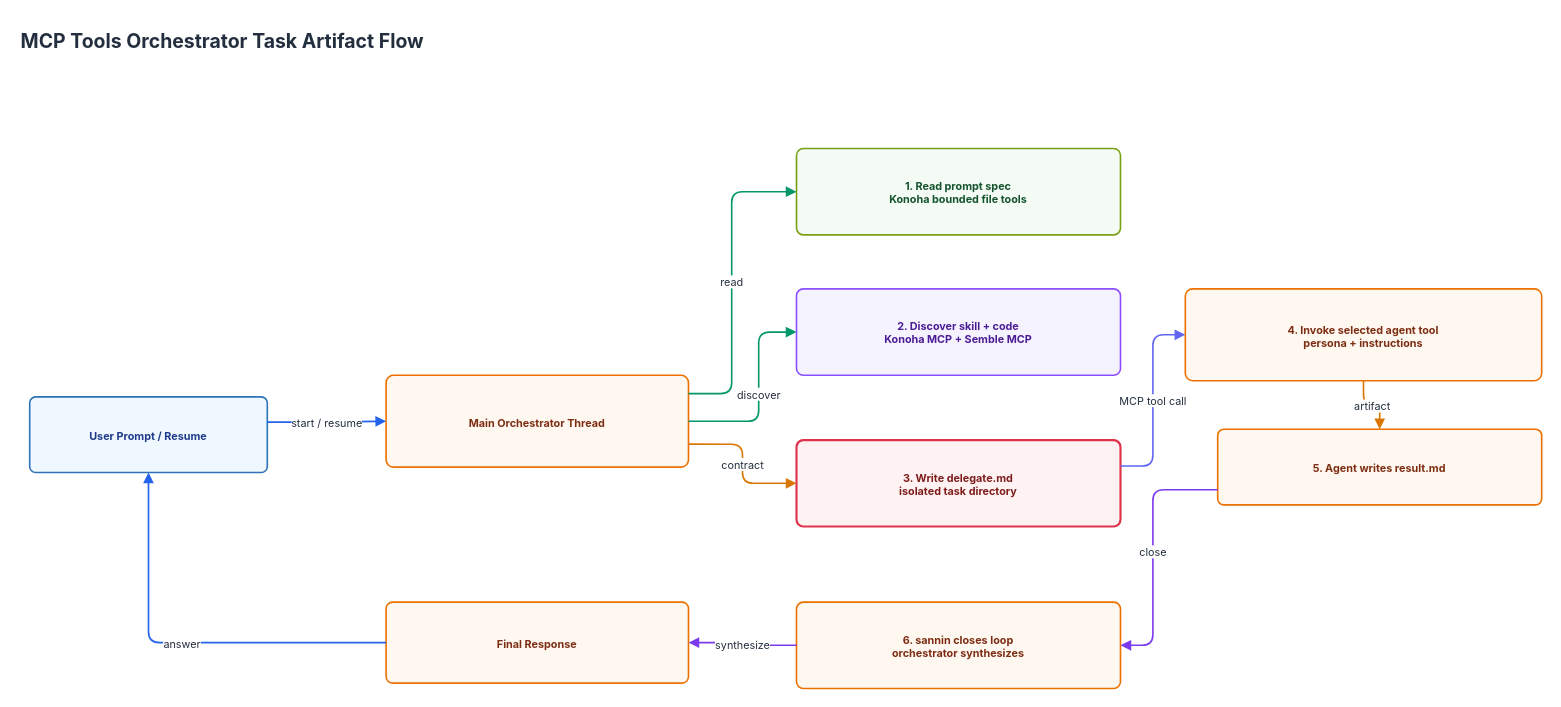
Earlier version of the draw.io diagram page "08 Orchestrator Task Artifact Flow" (8 of 15) of docs/diagrams/konoha-enterprise-architecture.drawio (andycungkrinx91/konoha). Source tidied: cells renumbered, new cells numbered last; positions are measured from the earlier drawing's top-left corner, leaving out a move shared by most shapes. Both pictures are drawn from the tidied source at 108%, with x=0, y=0 at pixel (18, 18).
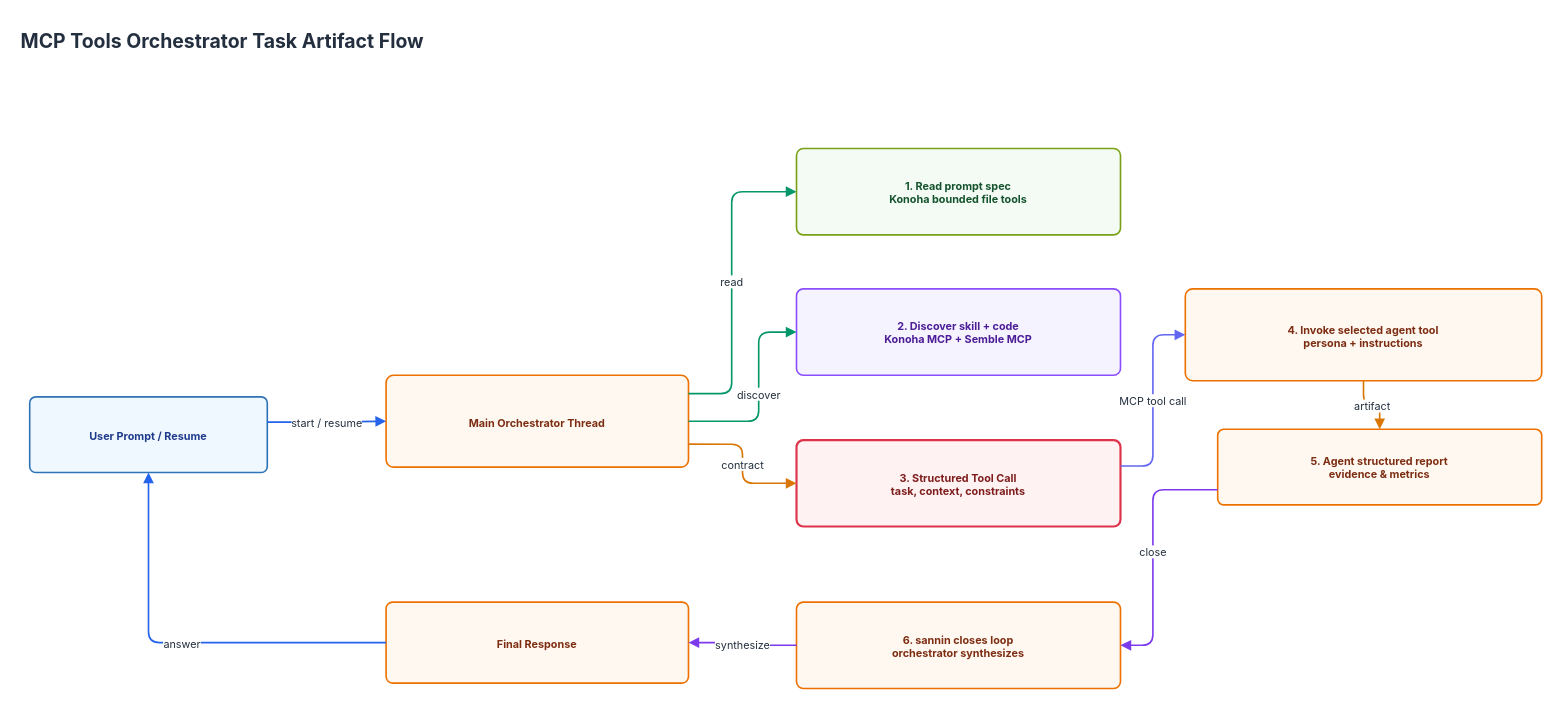
After the change.

The edit, as a diff of the source:
```diff
@@
-    <mxCell id="7" value="3. Write delegate.md&#10;isolated task directory" style="rounded=1;arcSize=8;html=1;whiteSpace=wrap;fillColor=#FEF2F2;strokeColor=#DD344C;strokeWidth=2;fontFamily=Inter, system-ui, -apple-system;fontSize=10;fontColor=#7F1D1D;fontStyle=1;shadow=0;" parent="1" vertex="1">
+    <mxCell id="7" value="3. Structured Tool Call&#10;task, context, constraints" style="rounded=1;arcSize=8;html=1;whiteSpace=wrap;fillColor=#FEF2F2;strokeColor=#DD344C;strokeWidth=2;fontFamily=Inter, system-ui, -apple-system;fontSize=10;fontColor=#7F1D1D;fontStyle=1;shadow=0;" parent="1" vertex="1">
       <mxGeometry x="720" y="390" width="300" height="80" as="geometry" />
     </mxCell>
@@
-    <mxCell id="9" value="5. Agent writes result.md" style="rounded=1;arcSize=8;html=1;whiteSpace=wrap;fillColor=#FFF8F1;strokeColor=#ED7100;strokeWidth=1.5;fontFamily=Inter, system-ui, -apple-system;fontSize=10;fontColor=#7C2D12;fontStyle=1;shadow=0;" parent="1" vertex="1">
+    <mxCell id="9" value="5. Agent structured report&#10;evidence &amp; metrics" style="rounded=1;arcSize=8;html=1;whiteSpace=wrap;fillColor=#FFF8F1;strokeColor=#ED7100;strokeWidth=1.5;fontFamily=Inter, system-ui, -apple-system;fontSize=10;fontColor=#7C2D12;fontStyle=1;shadow=0;" parent="1" vertex="1">
       <mxGeometry x="1110" y="380" width="300" height="70" as="geometry" />
     </mxCell>
```
